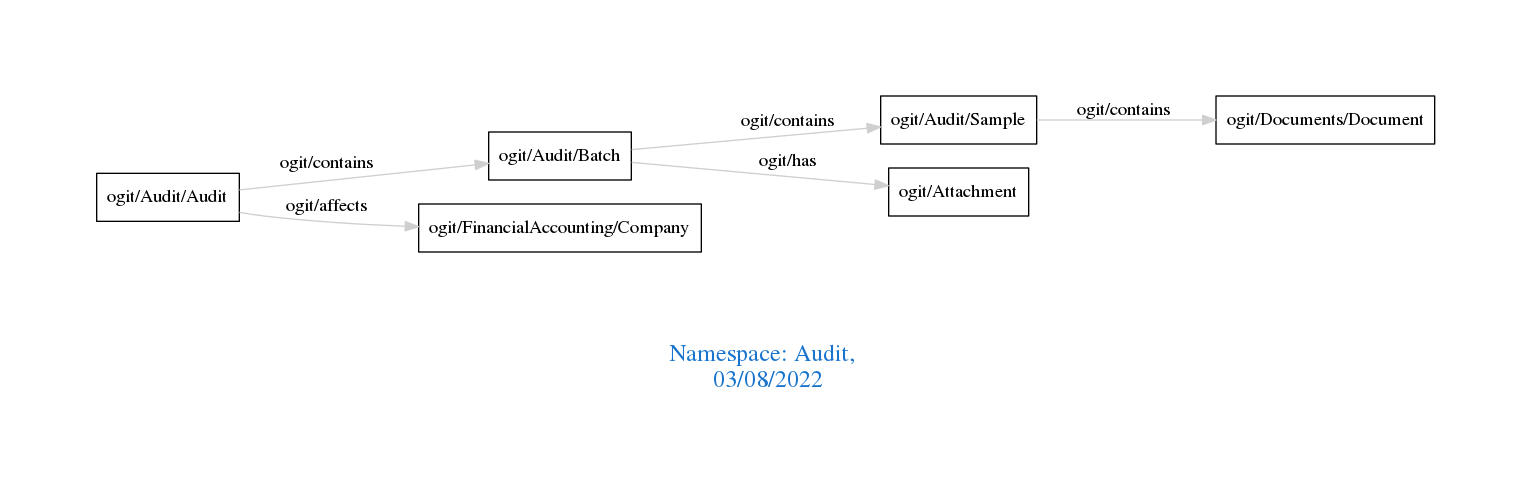
arago/OGIT keeps this Graphviz diagram as downloads/Audit.png. Above is the earlier version. Its source is kept beside it as downloads/Audit.dot.
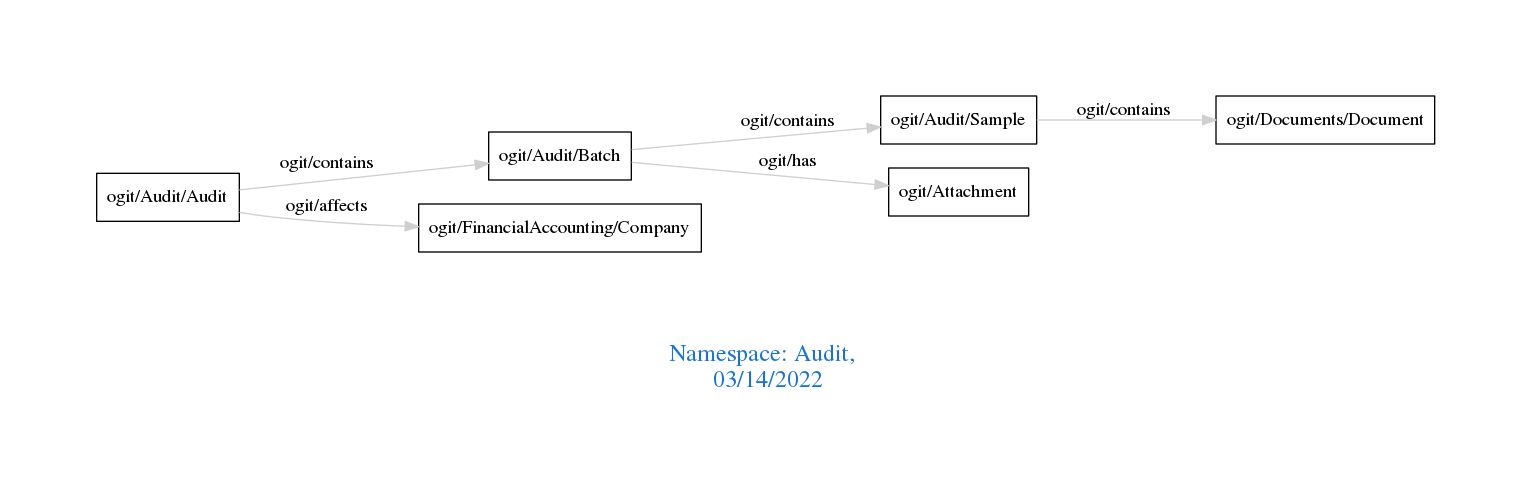
After the commit.

The edit, as a diff of the source:
```diff
@@ -1,7 +1,7 @@
 digraph OGIT_ontology {
  graph [ rankdir= LR,pad=1
 fontsize = 18,
-fontcolor= dodgerblue3,label = "\n\n\nNamespace: Audit, \n 03/08/2022"];
+fontcolor= dodgerblue3,label = "\n\n\nNamespace: Audit, \n 03/14/2022"];
 node[shape=polygon];
 edge [  color="gray81"];
 
```
